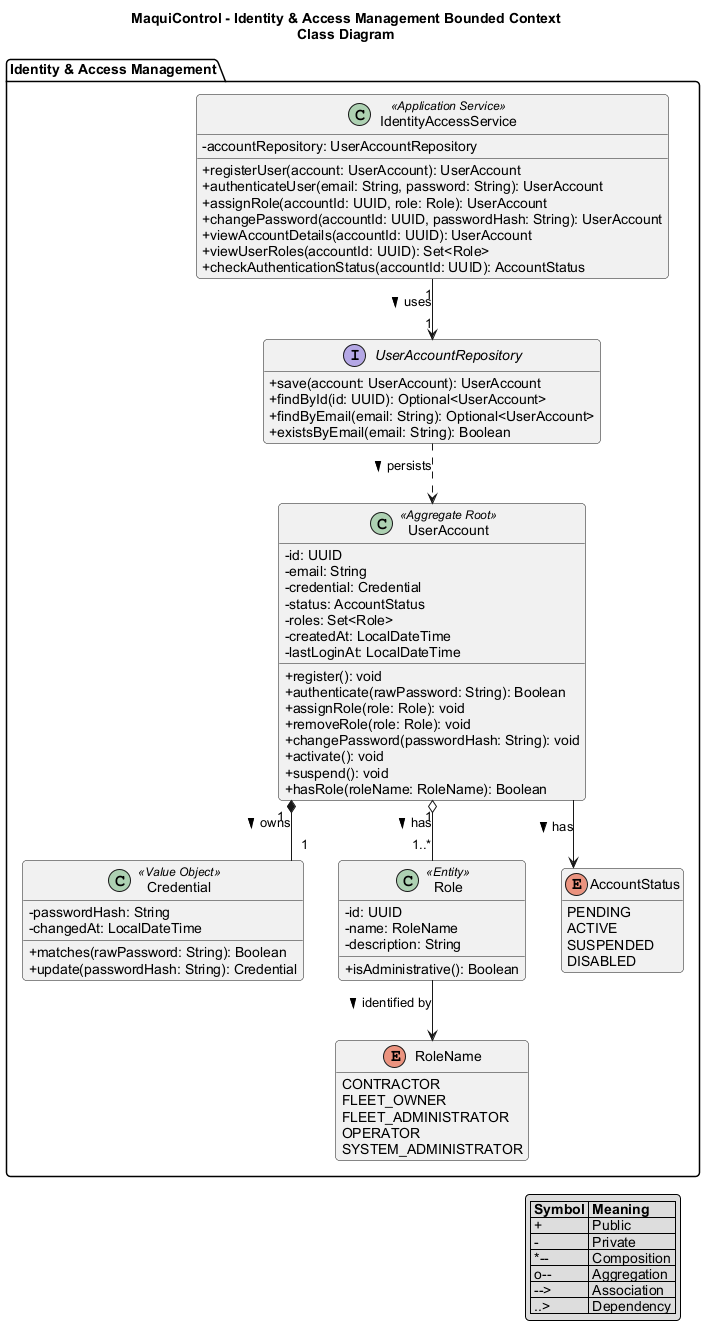
Earlier version of the PlantUML export assets/identity-access-management-class-diagram.png (AndesHeavyTech/MaquiControl). Source of this version:
```plantuml
@startuml
title MaquiControl - Identity & Access Management Bounded Context\nClass Diagram

skinparam classAttributeIconSize 0
skinparam shadowing false
skinparam roundcorner 8
skinparam defaultFontName Arial
skinparam linetype ortho
hide empty members

package "Identity & Access Management" {

  class UserAccount <<Aggregate Root>> {
    - id: UUID
    - email: String
    - credential: Credential
    - status: AccountStatus
    - roles: Set<Role>
    - createdAt: LocalDateTime
    - lastLoginAt: LocalDateTime
    + register(): void
    + authenticate(rawPassword: String): Boolean
    + assignRole(role: Role): void
    + removeRole(role: Role): void
    + changePassword(passwordHash: String): void
    + activate(): void
    + suspend(): void
    + hasRole(roleName: RoleName): Boolean
  }

  class Credential <<Value Object>> {
    - passwordHash: String
    - changedAt: LocalDateTime
    + matches(rawPassword: String): Boolean
    + update(passwordHash: String): Credential
  }

  class Role <<Entity>> {
    - id: UUID
    - name: RoleName
    - description: String
    + isAdministrative(): Boolean
  }

  enum AccountStatus {
    PENDING
    ACTIVE
    SUSPENDED
    DISABLED
  }

  enum RoleName {
    CONTRACTOR
    FLEET_OWNER
    FLEET_ADMINISTRATOR
    OPERATOR
    SYSTEM_ADMINISTRATOR
  }

  interface UserAccountRepository {
    + save(account: UserAccount): UserAccount
    + findById(id: UUID): Optional<UserAccount>
    + findByEmail(email: String): Optional<UserAccount>
    + existsByEmail(email: String): Boolean
  }

  class IdentityAccessService <<Application Service>> {
    - accountRepository: UserAccountRepository
    + registerUser(account: UserAccount): UserAccount
    + authenticateUser(email: String, password: String): UserAccount
    + assignRole(accountId: UUID, role: Role): UserAccount
    + changePassword(accountId: UUID, passwordHash: String): UserAccount
    + viewAccountDetails(accountId: UUID): UserAccount
    + viewUserRoles(accountId: UUID): Set<Role>
    + checkAuthenticationStatus(accountId: UUID): AccountStatus
  }
}

UserAccount "1" *-- "1" Credential : owns >
UserAccount "1" o-- "1..*" Role : has >
UserAccount --> AccountStatus : has >
Role --> RoleName : identified by >
IdentityAccessService "1" --> "1" UserAccountRepository : uses >
UserAccountRepository ..> UserAccount : persists >

legend right
  |= Symbol |= Meaning |
  | + | Public |
  | - | Private |
  | *-- | Composition |
  | o-- | Aggregation |
  | --> | Association |
  | ..> | Dependency |
endlegend

@enduml
```
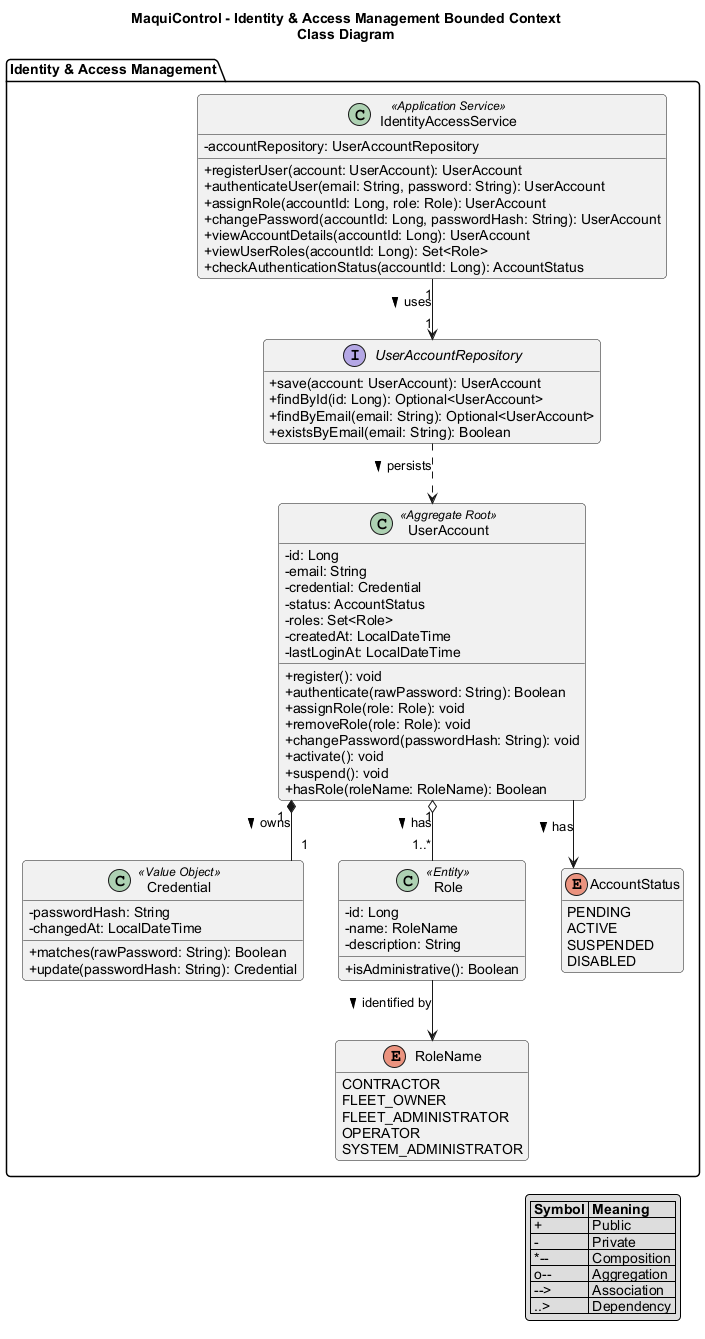
The same file after the commit.

Change to the diagram source:
```diff
@@ -11,7 +11,7 @@
 package "Identity & Access Management" {
 
   class UserAccount <<Aggregate Root>> {
-    - id: UUID
+    - id: Long
     - email: String
     - credential: Credential
     - status: AccountStatus
@@ -36,7 +36,7 @@
   }
 
   class Role <<Entity>> {
-    - id: UUID
+    - id: Long
     - name: RoleName
     - description: String
     + isAdministrative(): Boolean
@@ -59,7 +59,7 @@
 
   interface UserAccountRepository {
     + save(account: UserAccount): UserAccount
-    + findById(id: UUID): Optional<UserAccount>
+    + findById(id: Long): Optional<UserAccount>
     + findByEmail(email: String): Optional<UserAccount>
     + existsByEmail(email: String): Boolean
   }
@@ -68,11 +68,11 @@
     - accountRepository: UserAccountRepository
     + registerUser(account: UserAccount): UserAccount
     + authenticateUser(email: String, password: String): UserAccount
-    + assignRole(accountId: UUID, role: Role): UserAccount
-    + changePassword(accountId: UUID, passwordHash: String): UserAccount
-    + viewAccountDetails(accountId: UUID): UserAccount
-    + viewUserRoles(accountId: UUID): Set<Role>
-    + checkAuthenticationStatus(accountId: UUID): AccountStatus
+    + assignRole(accountId: Long, role: Role): UserAccount
+    + changePassword(accountId: Long, passwordHash: String): UserAccount
+    + viewAccountDetails(accountId: Long): UserAccount
+    + viewUserRoles(accountId: Long): Set<Role>
+    + checkAuthenticationStatus(accountId: Long): AccountStatus
   }
 }
 
```
